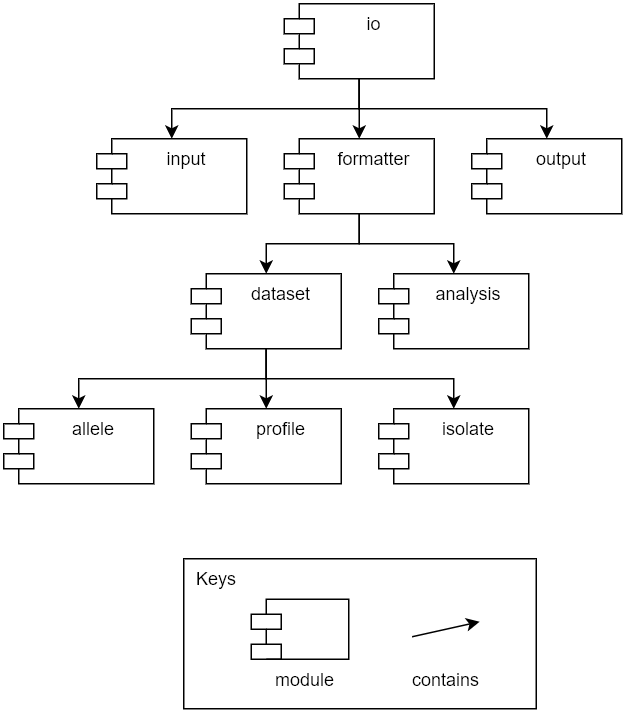
Above: wiki/images/phylodb-decomposition-io.png in phyloviz/phyloDB (draw.io), before the change. Source tidied: cells renumbered, new cells last; positions are measured from the earlier drawing's top-left corner, leaving out a move shared by most shapes.
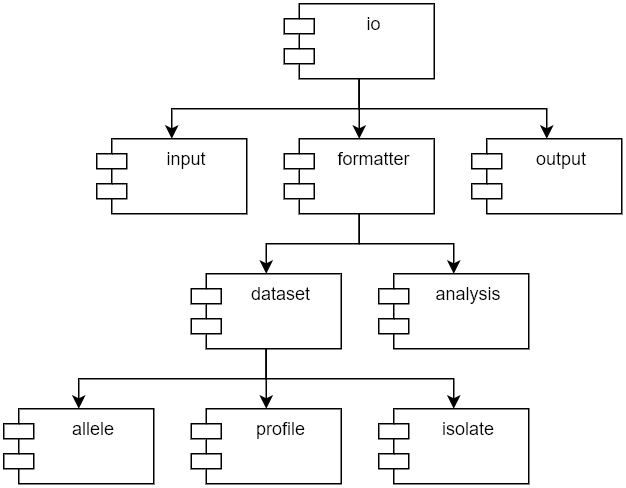
The same diagram one commit later.

The edit, as a diff of the source:
```diff
@@ -53,26 +53,5 @@
     <mxCell id="18" value="allele" style="shape=module;align=left;spacingLeft=20;align=center;verticalAlign=top;" parent="1" vertex="1">
       <mxGeometry y="270" width="100" height="50" as="geometry" />
     </mxCell>
-    <mxCell id="19" style="group;" parent="1" vertex="1">
-      <mxGeometry x="120" y="370" width="235" height="100" as="geometry" />
-    </mxCell>
-    <mxCell id="20" value="&amp;nbsp; Keys" style="rounded=0;whiteSpace=wrap;html=1;align=left;verticalAlign=top;" parent="19" vertex="1">
-      <mxGeometry width="235" height="100" as="geometry" />
-    </mxCell>
-    <mxCell id="21" style="endArrow=classic;html=1;exitX=1;exitY=0.5;exitDx=0;exitDy=0;startArrow=none;startFill=0;endFill=1;" parent="19" edge="1">
-      <mxGeometry relative="1" as="geometry">
-        <mxPoint x="152.2" y="52" as="sourcePoint" />
-        <mxPoint x="197.2" y="42" as="targetPoint" />
-      </mxGeometry>
-    </mxCell>
-    <mxCell id="22" value="contains" style="text;html=1;strokeColor=none;fillColor=none;align=center;verticalAlign=middle;whiteSpace=wrap;rounded=0;" parent="19" vertex="1">
-      <mxGeometry x="145" y="70" width="59.5" height="20" as="geometry" />
-    </mxCell>
-    <mxCell id="23" style="shape=module;align=left;spacingLeft=20;align=center;verticalAlign=top;" parent="19" vertex="1">
-      <mxGeometry x="45" y="27" width="65" height="40" as="geometry" />
-    </mxCell>
-    <mxCell id="24" value="module" style="text;html=1;strokeColor=none;fillColor=none;align=center;verticalAlign=middle;whiteSpace=wrap;rounded=0;" parent="19" vertex="1">
-      <mxGeometry x="50.5" y="70" width="59.5" height="20" as="geometry" />
-    </mxCell>
   </root>
 </mxGraphModel>
```
